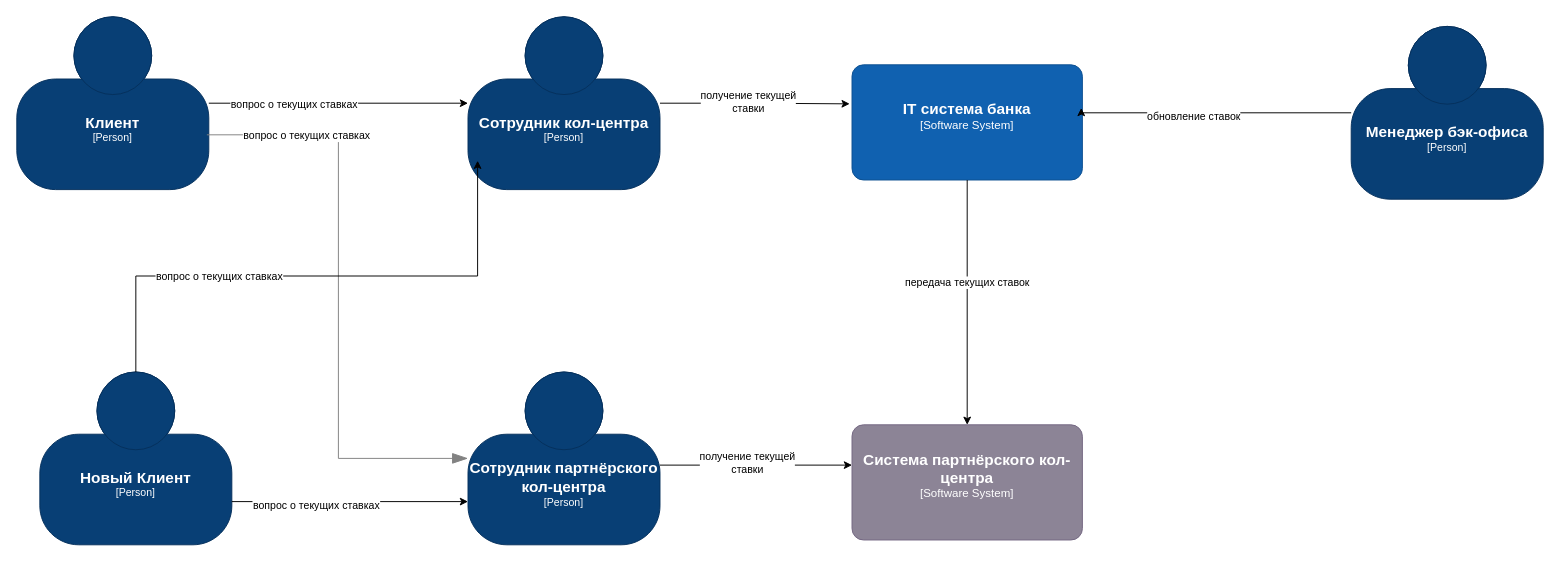
The draw.io diagram page "Контекст" (1 of 2) of Exc4/Диаграммы.drawio in DimaGusev/architecture-sprint-9, before the edit. Source tidied: cells renumbered, new cells numbered last; positions are measured from the earlier drawing's top-left corner, leaving out a move shared by most shapes. Both pictures are drawn from the tidied source at 96%, with x=0, y=0 at pixel (16, 16).
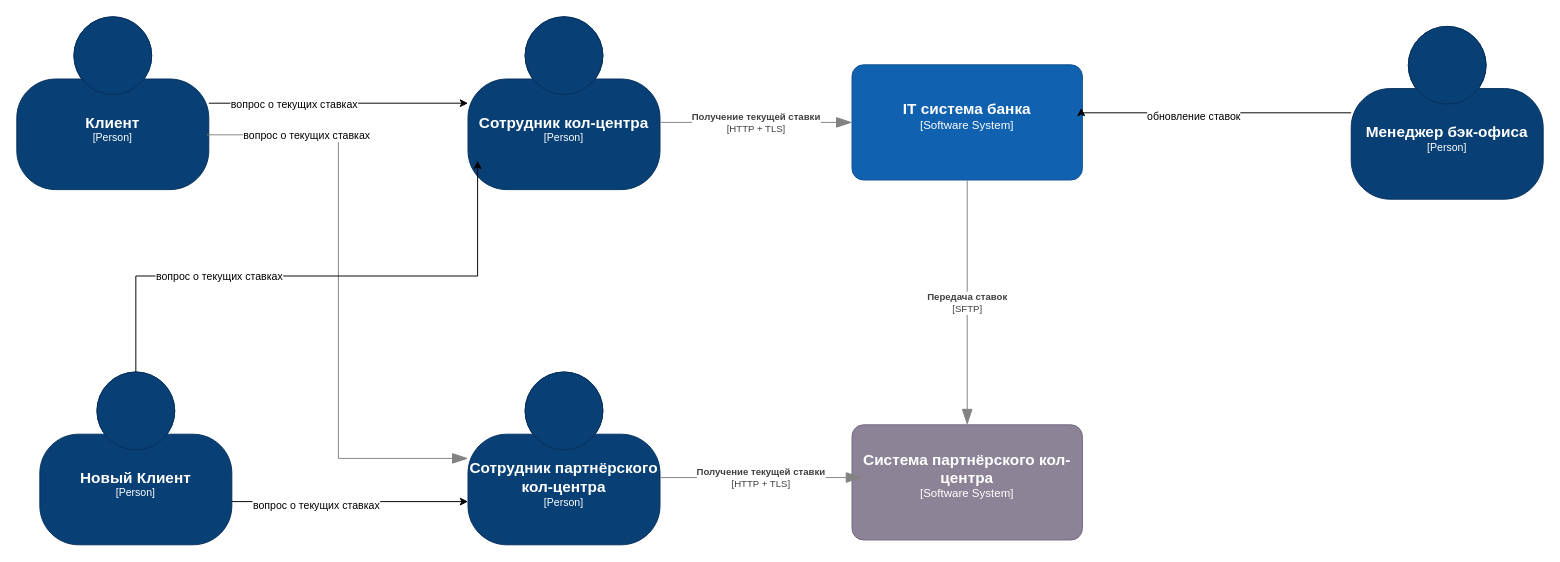
The same page after the edit.

Unchanged cells that the change refers to:
```xml
<object id="4" label="&lt;font style=&quot;font-size: 16px&quot;&gt;&lt;b&gt;%c4Name%&lt;/b&gt;&lt;/font&gt;&lt;div&gt;[%c4Type%]&lt;/div&gt;&lt;br&gt;&lt;div&gt;&lt;font style=&quot;font-size: 11px&quot;&gt;&lt;font color=&quot;#cccccc&quot;&gt;%c4Description%&lt;/font&gt;&lt;/div&gt;" c4Description="" c4Name="IT система банка" c4Type="Software System" placeholders="1">
  <mxCell style="rounded=1;whiteSpace=wrap;html=1;labelBackgroundColor=none;fillColor=#1061B0;fontColor=#ffffff;align=center;arcSize=10;strokeColor=#0D5091;points=[[0.25,0,0],[0.5,0,0],[0.75,0,0],[1,0.25,0],[1,0.5,0],[1,0.75,0],[0.75,1,0],[0.5,1,0],[0.25,1,0],[0,0.75,0],[0,0.5,0],[0,0.25,0]];" parent="1" vertex="1">
    <mxGeometry x="870" y="50" width="240" height="120" as="geometry" />
  </mxCell>
</object>
<object id="6" label="&lt;font style=&quot;font-size: 16px&quot;&gt;&lt;b&gt;%c4Name%&lt;/b&gt;&lt;/font&gt;&lt;div&gt;[%c4Type%]&lt;/div&gt;&lt;br&gt;&lt;div&gt;&lt;font style=&quot;font-size: 11px&quot;&gt;&lt;font color=&quot;#cccccc&quot;&gt;%c4Description%&lt;/font&gt;&lt;/div&gt;" c4Description="" c4Name="Сотрудник кол-центра" c4Type="Person" placeholders="1">
  <mxCell style="html=1;fontSize=11;dashed=0;whiteSpace=wrap;fillColor=#083F75;strokeColor=#06315C;fontColor=#ffffff;shape=mxgraph.c4.person2;align=center;points=[[0.5,0,0],[1,0.5,0],[1,0.75,0],[0.75,1,0],[0.5,1,0],[0.25,1,0],[0,0.75,0],[0,0.5,0]];" parent="1" vertex="1">
    <mxGeometry x="470" width="200" height="180" as="geometry" />
  </mxCell>
</object>
<object id="7" label="&lt;font style=&quot;font-size: 16px&quot;&gt;&lt;b&gt;%c4Name%&lt;/b&gt;&lt;/font&gt;&lt;div&gt;[%c4Type%]&lt;/div&gt;&lt;br&gt;&lt;div&gt;&lt;font style=&quot;font-size: 11px&quot;&gt;&lt;font color=&quot;#cccccc&quot;&gt;%c4Description%&lt;/font&gt;&lt;/div&gt;" c4Description="" c4Name="Сотрудник партнёрского кол-центра" c4Type="Person" placeholders="1">
  <mxCell style="html=1;fontSize=11;dashed=0;whiteSpace=wrap;fillColor=#083F75;strokeColor=#06315C;fontColor=#ffffff;shape=mxgraph.c4.person2;align=center;points=[[0.5,0,0],[1,0.5,0],[1,0.75,0],[0.75,1,0],[0.5,1,0],[0.25,1,0],[0,0.75,0],[0,0.5,0]];" parent="1" vertex="1">
    <mxGeometry x="470" y="370" width="200" height="180" as="geometry" />
  </mxCell>
</object>
<object id="20" label="&lt;font style=&quot;font-size: 16px&quot;&gt;&lt;b&gt;%c4Name%&lt;/b&gt;&lt;/font&gt;&lt;div&gt;[%c4Type%]&lt;/div&gt;&lt;br&gt;&lt;div&gt;&lt;font style=&quot;font-size: 11px&quot;&gt;&lt;font color=&quot;#cccccc&quot;&gt;%c4Description%&lt;/font&gt;&lt;/div&gt;" c4Description="" c4Name="Система партнёрского кол-центра" c4Type="Software System" placeholders="1">
  <mxCell style="rounded=1;whiteSpace=wrap;html=1;labelBackgroundColor=none;fillColor=#8C8496;fontColor=#ffffff;align=center;arcSize=10;strokeColor=#736782;points=[[0.25,0,0],[0.5,0,0],[0.75,0,0],[1,0.25,0],[1,0.5,0],[1,0.75,0],[0.75,1,0],[0.5,1,0],[0.25,1,0],[0,0.75,0],[0,0.5,0],[0,0.25,0]];" parent="1" vertex="1">
    <mxGeometry x="870" y="425" width="240" height="120" as="geometry" />
  </mxCell>
</object>
```

The edit, as a diff of the source:
```diff
@@
-    <mxCell id="16" style="edgeStyle=orthogonalEdgeStyle;rounded=0;jettySize=auto;html=1;entryX=-0.01;entryY=0.339;entryDx=0;entryDy=0;entryPerimeter=0;" parent="1" edge="1" source="6" target="4">
-      <mxGeometry relative="1" as="geometry" />
-    </mxCell>
-    <mxCell id="17" value="получение текущей&lt;div&gt;ставки&lt;/div&gt;" style="edgeLabel;html=1;align=center;verticalAlign=middle;" parent="16" vertex="1">
-      <mxGeometry x="-0.45" y="2" relative="1" as="geometry">
-        <mxPoint x="36" as="offset" />
-      </mxGeometry>
-    </mxCell>
@@
+    <object id="16" label="&lt;div style=&quot;text-align: left&quot;&gt;&lt;div style=&quot;text-align: center&quot;&gt;&lt;b&gt;%c4Description%&lt;/b&gt;&lt;/div&gt;&lt;div style=&quot;text-align: center&quot;&gt;[%c4Technology%]&lt;/div&gt;&lt;/div&gt;" c4Description="Получение текущей ставки" c4Technology="HTTP + TLS" placeholders="1">
+      <mxCell style="endArrow=blockThin;html=1;fontSize=10;fontColor=#404040;strokeWidth=1;endFill=1;strokeColor=#828282;elbow=vertical;endSize=14;startSize=14;jumpStyle=arc;jumpSize=16;rounded=0;edgeStyle=orthogonalEdgeStyle;exitX=1;exitY=0.611;exitDx=0;exitDy=0;exitPerimeter=0;entryX=0;entryY=0.5;entryDx=0;entryDy=0;entryPerimeter=0;" parent="1" edge="1" source="6" target="4">
+        <mxGeometry relative="1" as="geometry" />
+      </mxCell>
+    </object>
-    <mxCell id="21" style="edgeStyle=orthogonalEdgeStyle;rounded=0;jettySize=auto;html=1;entryX=0;entryY=0.35;entryDx=0;entryDy=0;entryPerimeter=0;" parent="1" edge="1" source="7" target="20">
-      <mxGeometry relative="1" as="geometry">
-        <Array as="points">
-          <mxPoint x="730" y="467" />
-          <mxPoint x="730" y="467" />
-        </Array>
-      </mxGeometry>
-    </mxCell>
+    <object id="21" label="&lt;div style=&quot;text-align: left&quot;&gt;&lt;div style=&quot;text-align: center&quot;&gt;&lt;b&gt;%c4Description%&lt;/b&gt;&lt;/div&gt;&lt;div style=&quot;text-align: center&quot;&gt;[%c4Technology%]&lt;/div&gt;&lt;/div&gt;" c4Description="Получение текущей ставки" c4Technology="HTTP + TLS" placeholders="1">
+      <mxCell style="endArrow=blockThin;html=1;fontSize=10;fontColor=#404040;strokeWidth=1;endFill=1;strokeColor=#828282;elbow=vertical;endSize=14;startSize=14;jumpStyle=arc;jumpSize=16;rounded=0;edgeStyle=orthogonalEdgeStyle;exitX=1;exitY=0.611;exitDx=0;exitDy=0;exitPerimeter=0;entryX=0.042;entryY=0.458;entryDx=0;entryDy=0;entryPerimeter=0;" parent="1" edge="1" source="7" target="20">
+        <mxGeometry relative="1" as="geometry" />
+      </mxCell>
+    </object>
-    <mxCell id="22" value="получение текущей&lt;div&gt;ставки&lt;/div&gt;" style="edgeLabel;html=1;align=center;verticalAlign=middle;" parent="21" vertex="1">
-      <mxGeometry x="-0.33" y="3" relative="1" as="geometry">
-        <mxPoint x="23" as="offset" />
-      </mxGeometry>
-    </mxCell>
-    <mxCell id="23" style="edgeStyle=orthogonalEdgeStyle;rounded=0;jettySize=auto;html=1;entryX=0.5;entryY=0;entryDx=0;entryDy=0;entryPerimeter=0;" parent="1" edge="1" source="4" target="20">
-      <mxGeometry relative="1" as="geometry" />
-    </mxCell>
+    <object id="23" label="&lt;div style=&quot;text-align: left&quot;&gt;&lt;div style=&quot;text-align: center&quot;&gt;&lt;b&gt;%c4Description%&lt;/b&gt;&lt;/div&gt;&lt;div style=&quot;text-align: center&quot;&gt;[%c4Technology%]&lt;/div&gt;&lt;/div&gt;" c4Description="Передача ставок" c4Technology="SFTP" placeholders="1">
+      <mxCell style="endArrow=blockThin;html=1;fontSize=10;fontColor=#404040;strokeWidth=1;endFill=1;strokeColor=#828282;elbow=vertical;endSize=14;startSize=14;jumpStyle=arc;jumpSize=16;rounded=0;edgeStyle=orthogonalEdgeStyle;exitX=0.5;exitY=1;exitDx=0;exitDy=0;exitPerimeter=0;entryX=0.5;entryY=0;entryDx=0;entryDy=0;entryPerimeter=0;" parent="1" edge="1" source="4" target="20">
+        <mxGeometry relative="1" as="geometry" />
+      </mxCell>
+    </object>
-    <mxCell id="24" value="передача текущих ставок" style="edgeLabel;html=1;align=center;verticalAlign=middle;" parent="23" vertex="1">
-      <mxGeometry x="-0.17" y="-1" relative="1" as="geometry" />
-    </mxCell>
```
